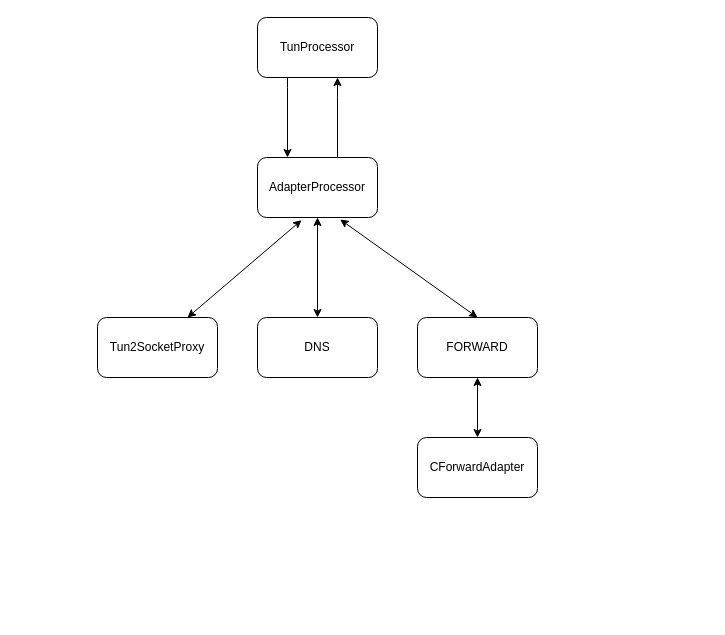
The draw.io diagram Untitled Diagram.drawio in LouisMari1991/YouLin, before the edit. Source tidied: cells renumbered, new cells numbered last; positions are measured from the earlier drawing's top-left corner, leaving out a move shared by most shapes. Both pictures are drawn from the tidied source at 100%, with x=0, y=0 at pixel (97, 17).
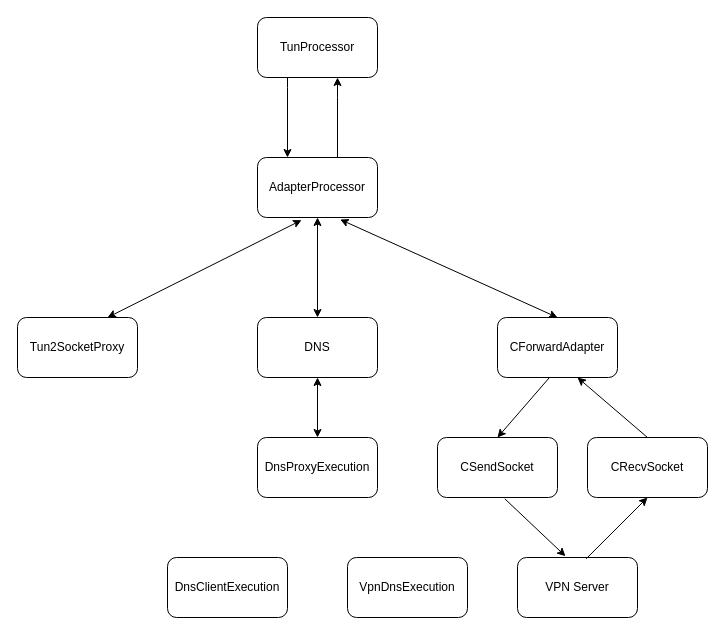
The same diagram, later.

Unchanged cells that the change refers to:
```xml
<mxCell id="9" value="DNS" style="rounded=1;whiteSpace=wrap;html=1;" parent="1" vertex="1">
  <mxGeometry x="160" y="300" width="120" height="60" as="geometry" />
</mxCell>
```

Diff of the diagram source:
```diff
@@
     <mxCell id="6" value="Tun2SocketProxy" style="whiteSpace=wrap;html=1;rounded=1;" parent="1" vertex="1">
-      <mxGeometry y="300" width="120" height="60" as="geometry" />
+      <mxGeometry x="-80" y="300" width="120" height="60" as="geometry" />
     </mxCell>
@@
-    <mxCell id="10" value="FORWARD" style="rounded=1;whiteSpace=wrap;html=1;" parent="1" vertex="1">
-      <mxGeometry x="320" y="300" width="120" height="60" as="geometry" />
+    <mxCell id="10" value="CForwardAdapter" style="rounded=1;whiteSpace=wrap;html=1;" parent="1" vertex="1">
+      <mxGeometry x="400" y="300" width="120" height="60" as="geometry" />
     </mxCell>
@@
-    <mxCell id="12" style="endArrow=classic;startArrow=classic;html=1;rounded=0;entryX=0.5;entryY=1;entryDx=0;entryDy=0;" parent="1" edge="1" target="10">
-      <mxGeometry relative="1" as="geometry">
-        <mxPoint x="380" y="420" as="sourcePoint" />
-      </mxGeometry>
-    </mxCell>
-    <mxCell id="13" value="CForwardAdapter" style="rounded=1;whiteSpace=wrap;html=1;" parent="1" vertex="1">
-      <mxGeometry x="320" y="420" width="120" height="60" as="geometry" />
-    </mxCell>
+    <mxCell id="14" value="CSendSocket" style="whiteSpace=wrap;html=1;rounded=1;" parent="1" vertex="1">
+      <mxGeometry x="340" y="420" width="120" height="60" as="geometry" />
+    </mxCell>
+    <mxCell id="15" value="CRecvSocket" style="rounded=1;whiteSpace=wrap;html=1;" parent="1" vertex="1">
+      <mxGeometry x="490" y="420" width="120" height="60" as="geometry" />
+    </mxCell>
+    <mxCell id="16" style="endArrow=classic;html=1;rounded=0;exitX=0.433;exitY=1;exitDx=0;exitDy=0;entryX=0.5;entryY=0;entryDx=0;entryDy=0;exitPerimeter=0;" parent="1" edge="1" source="10" target="14">
+      <mxGeometry relative="1" as="geometry" />
+    </mxCell>
+    <mxCell id="17" value="VPN Server" style="whiteSpace=wrap;html=1;rounded=1;" parent="1" vertex="1">
+      <mxGeometry x="420" y="540" width="120" height="60" as="geometry" />
+    </mxCell>
+    <mxCell id="18" style="endArrow=classic;html=1;rounded=0;entryX=0.4;entryY=-0.022;entryDx=0;entryDy=0;entryPerimeter=0;exitX=0.561;exitY=1.022;exitDx=0;exitDy=0;exitPerimeter=0;" parent="1" edge="1" source="14" target="17">
+      <mxGeometry relative="1" as="geometry" />
+    </mxCell>
+    <mxCell id="19" style="endArrow=classic;html=1;rounded=0;entryX=0.5;entryY=1;entryDx=0;entryDy=0;exitX=0.572;exitY=0.022;exitDx=0;exitDy=0;exitPerimeter=0;" parent="1" edge="1" source="17" target="15">
+      <mxGeometry relative="1" as="geometry" />
+    </mxCell>
+    <mxCell id="20" style="endArrow=classic;html=1;rounded=0;exitX=0.5;exitY=0;exitDx=0;exitDy=0;" parent="1" edge="1" source="15">
+      <mxGeometry relative="1" as="geometry">
+        <mxPoint x="480" y="360" as="targetPoint" />
+      </mxGeometry>
+    </mxCell>
+    <mxCell id="21" value="DnsProxyExecution" style="whiteSpace=wrap;html=1;rounded=1;" parent="1" vertex="1">
+      <mxGeometry x="160" y="420" width="120" height="60" as="geometry" />
+    </mxCell>
+    <mxCell id="22" style="endArrow=classic;startArrow=classic;html=1;rounded=0;exitX=0.5;exitY=0;exitDx=0;exitDy=0;entryX=0.5;entryY=1;entryDx=0;entryDy=0;" parent="1" edge="1" source="21" target="9">
+      <mxGeometry relative="1" as="geometry" />
+    </mxCell>
+    <mxCell id="23" value="DnsClientExecution" style="rounded=1;whiteSpace=wrap;html=1;" parent="1" vertex="1">
+      <mxGeometry x="70" y="540" width="120" height="60" as="geometry" />
+    </mxCell>
+    <mxCell id="24" value="VpnDnsExecution" style="rounded=1;whiteSpace=wrap;html=1;" parent="1" vertex="1">
+      <mxGeometry x="250" y="540" width="120" height="60" as="geometry" />
+    </mxCell>
```
